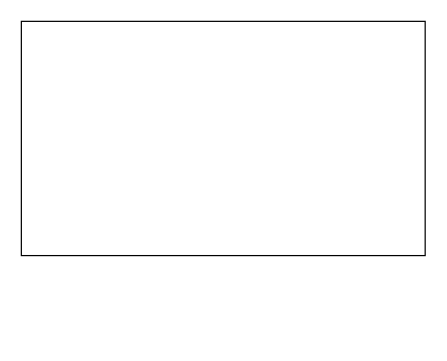
Above: Robot.drawio in SomeDev2/DrawIO (draw.io), before the change. Source tidied: cells renumbered, new cells numbered last; positions are measured from the earlier drawing's top-left corner, leaving out a move shared by most shapes. Both pictures are drawn from the tidied source at 122%, with x=0, y=0 at pixel (21, 21).
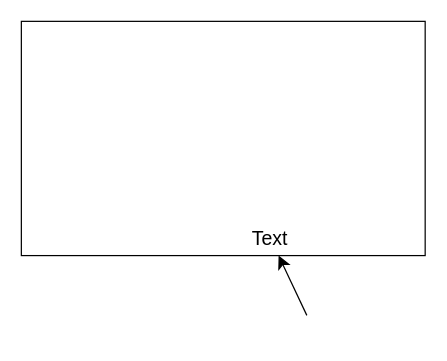
The same page after the edit.

Change to the diagram source:
```diff
@@
 <mxGraphModel>
   <root>
     <mxCell id="0" />
     <mxCell id="1" parent="0" />
     <mxCell id="2" style="rounded=0;whiteSpace=wrap;html=1;fontSize=16;" parent="1" vertex="1">
       <mxGeometry width="331" height="192" as="geometry" />
     </mxCell>
+    <mxCell id="3" style="edgeStyle=none;curved=1;rounded=0;jettySize=auto;html=1;fontSize=12;startSize=8;endSize=8;" parent="1" edge="1" source="4" target="2">
+      <mxGeometry relative="1" as="geometry" />
+    </mxCell>
+    <mxCell id="4" value="Text" style="text;strokeColor=none;fillColor=none;html=1;align=center;verticalAlign=middle;whiteSpace=wrap;rounded=0;fontSize=16;" parent="1" vertex="1">
+      <mxGeometry x="174" y="94" width="60" height="167" as="geometry" />
+    </mxCell>
   </root>
 </mxGraphModel>
```
